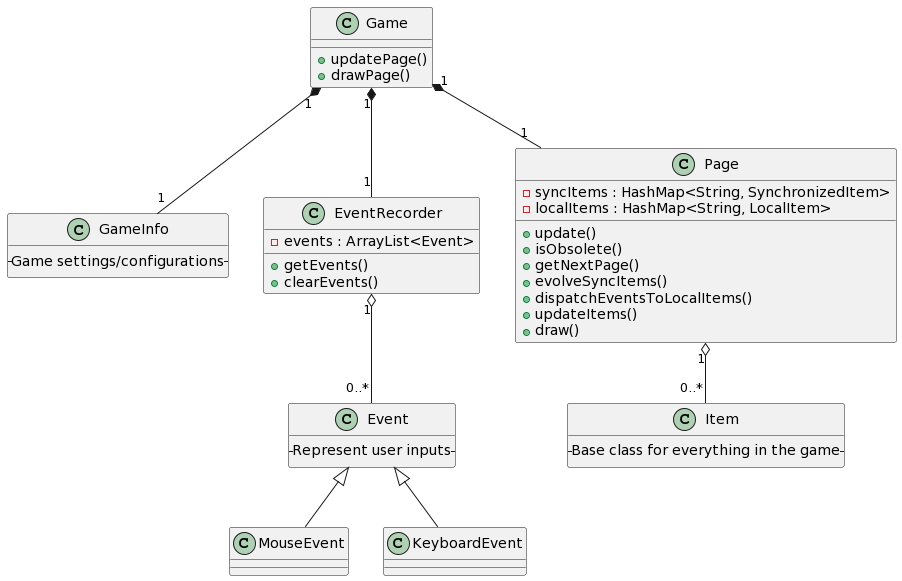
Above: RequirementDesignDoc/GameClassesDiagram.png in UoB-COMSM0110/2024-group-13 (PlantUML), before the change.
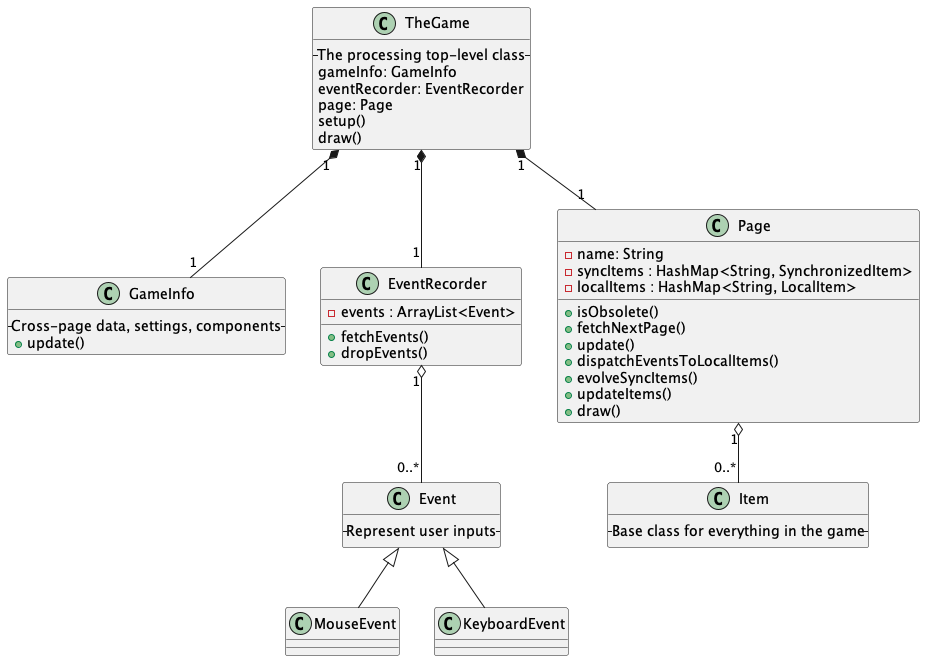
After the change.

The edit, as a diff of the source:
```diff
@@ -1,17 +1,23 @@
 @startuml
-class Game {
- +updatePage()
- +drawPage()
+
+class TheGame {
+ --The processing top-level class--
+ gameInfo: GameInfo
+ eventRecorder: EventRecorder
+ page: Page
+ setup()
+ draw()
 }
 
 class GameInfo {
- --Game settings/configurations--
+ --Cross-page data, settings, components--
+ +update()
 }
 
 class EventRecorder {
  -events : ArrayList<Event>
- +getEvents()
- +clearEvents()
+ +fetchEvents()
+ +dropEvents()
 }
 EventRecorder "1" o-- "0..*" Event
 
@@ -26,24 +32,26 @@
 Event <|-- KeyboardEvent
 
 class Page {
+ -name: String
  -syncItems : HashMap<String, SynchronizedItem>
  -localItems : HashMap<String, LocalItem>
+ +isObsolete()
+ +fetchNextPage()
  +update()
- +isObsolete()
- +getNextPage()
+ +dispatchEventsToLocalItems()
  +evolveSyncItems()
- +dispatchEventsToLocalItems()
  +updateItems()
  +draw()
 }
 
-Game "1" *-- "1" GameInfo
-Game "1" *-- "1" Page
-Game "1" *-- "1" EventRecorder
+TheGame "1" *-- "1" GameInfo
+TheGame "1" *-- "1" Page
+TheGame "1" *-- "1" EventRecorder
 
 class Item {
  --Base class for everything in the game--
 }
 
 Page "1" o-- "0..*" Item
+
 @enduml
```
